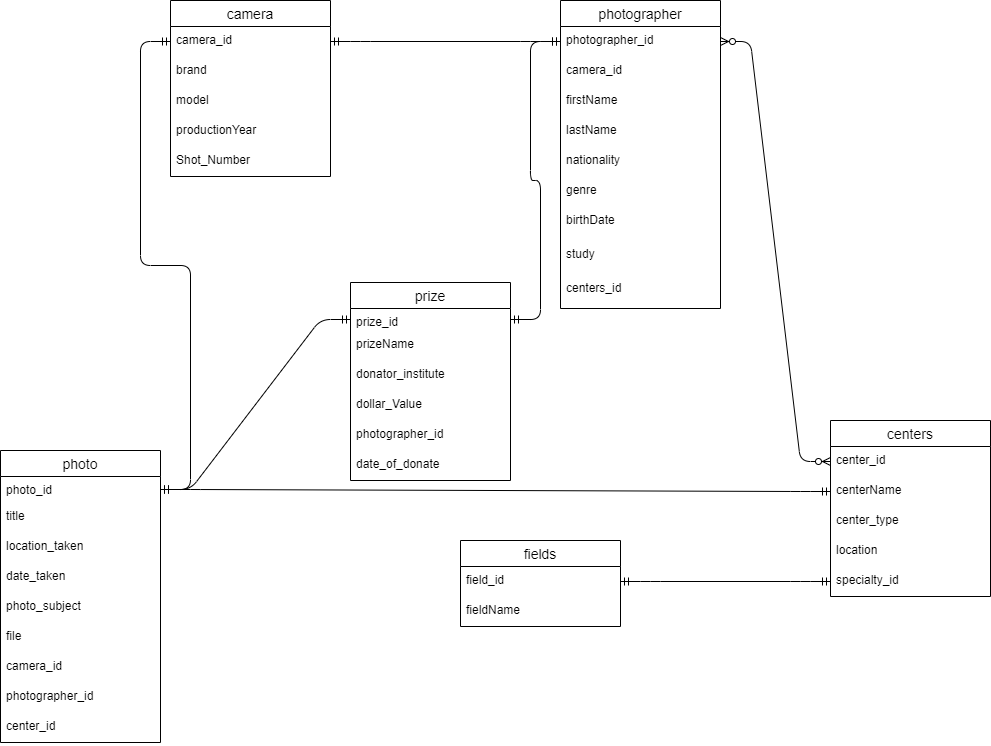
Earlier version of the draw.io export photography.png (sepideh2020/ERD). Source tidied: cells renumbered, new cells last; positions are measured from the earlier drawing's top-left corner, leaving out a move shared by most shapes.
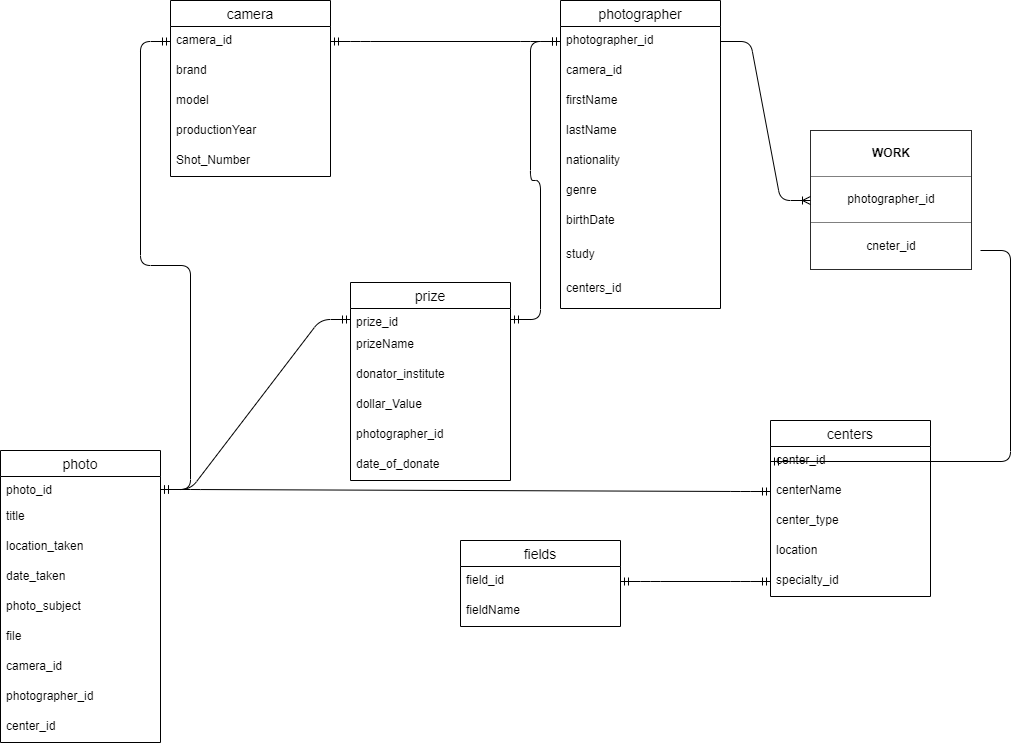
After the change.

What changed in the source:
```diff
@@ -51,7 +51,7 @@
       <mxGeometry y="146" width="160" height="30" as="geometry" />
     </mxCell>
     <mxCell id="18" value="centers" style="swimlane;fontStyle=0;horizontal=1;startSize=26;align=center;fontSize=14;" parent="1" vertex="1">
-      <mxGeometry x="830" y="420" width="160" height="176" as="geometry" />
+      <mxGeometry x="770" y="420" width="160" height="176" as="geometry" />
     </mxCell>
     <mxCell id="19" value="center_id" style="text;strokeColor=none;fillColor=none;spacingLeft=4;spacingRight=4;overflow=hidden;points=[[0,0.5],[1,0.5]];portConstraint=eastwest;fontSize=12;" parent="18" vertex="1">
       <mxGeometry y="26" width="160" height="30" as="geometry" />
@@ -119,9 +119,6 @@
     <mxCell id="40" value="date_of_donate" style="text;strokeColor=none;fillColor=none;spacingLeft=4;spacingRight=4;overflow=hidden;fontSize=12;" parent="34" vertex="1">
       <mxGeometry y="168" width="160" height="30" as="geometry" />
     </mxCell>
-    <mxCell id="41" style="edgeStyle=entityRelationEdgeStyle;fontSize=12;html=1;endArrow=ERzeroToMany;endFill=1;startArrow=ERzeroToMany;exitX=1;exitY=0.5;exitDx=0;exitDy=0;entryX=0;entryY=0.5;entryDx=0;entryDy=0;" parent="1" edge="1" source="3" target="19">
-      <mxGeometry relative="1" as="geometry" />
-    </mxCell>
     <mxCell id="42" style="edgeStyle=entityRelationEdgeStyle;fontSize=12;html=1;endArrow=ERmandOne;startArrow=ERmandOne;entryX=0;entryY=0.5;entryDx=0;entryDy=0;" parent="1" edge="1" source="25" target="13">
       <mxGeometry relative="1" as="geometry" />
     </mxCell>
@@ -149,5 +146,16 @@
     <mxCell id="50" style="edgeStyle=entityRelationEdgeStyle;fontSize=12;html=1;endArrow=ERmandOne;startArrow=ERmandOne;exitX=1;exitY=0.5;exitDx=0;exitDy=0;entryX=0;entryY=0.5;entryDx=0;entryDy=0;" parent="1" edge="1" source="48" target="23">
       <mxGeometry relative="1" as="geometry" />
     </mxCell>
+    <mxCell id="51" value="&lt;table border=&quot;1&quot; width=&quot;100%&quot; cellpadding=&quot;4&quot; style=&quot;width: 100% ; height: 100% ; border-collapse: collapse&quot;&gt;&lt;tbody&gt;&lt;tr&gt;&lt;th align=&quot;center&quot;&gt;WORK&lt;/th&gt;&lt;/tr&gt;&lt;tr&gt;&lt;td align=&quot;center&quot;&gt;photographer_id&lt;/td&gt;&lt;/tr&gt;&lt;tr&gt;&lt;td align=&quot;center&quot;&gt;cneter_id&lt;/td&gt;&lt;/tr&gt;&lt;/tbody&gt;&lt;/table&gt;" style="text;html=1;strokeColor=none;fillColor=none;overflow=fill;" parent="1" vertex="1">
+      <mxGeometry x="810" y="130" width="160" height="140" as="geometry" />
+    </mxCell>
+    <mxCell id="52" style="edgeStyle=entityRelationEdgeStyle;fontSize=12;html=1;endArrow=ERoneToMany;entryX=0;entryY=0.5;entryDx=0;entryDy=0;exitX=1;exitY=0.5;exitDx=0;exitDy=0;" parent="1" edge="1" source="3" target="51">
+      <mxGeometry relative="1" as="geometry" />
+    </mxCell>
+    <mxCell id="53" style="edgeStyle=entityRelationEdgeStyle;fontSize=12;html=1;endArrow=ERmandOne;entryX=0;entryY=0.5;entryDx=0;entryDy=0;" parent="1" edge="1" target="19">
+      <mxGeometry relative="1" as="geometry">
+        <mxPoint x="980" y="250" as="sourcePoint" />
+      </mxGeometry>
+    </mxCell>
   </root>
 </mxGraphModel>
```
